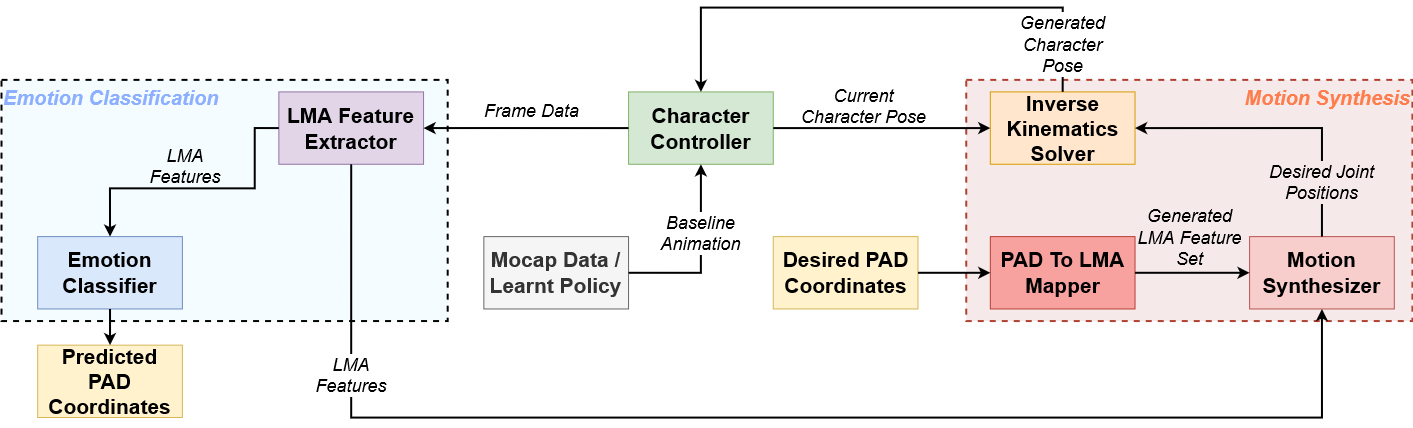
HerouFenix/emotion_identification_and_synthesis_website keeps this draw.io diagram as system_arch.png. Above is the earlier version. Source tidied: cells renumbered, new cells last; positions are measured from the earlier drawing's top-left corner, leaving out a move shared by most shapes.
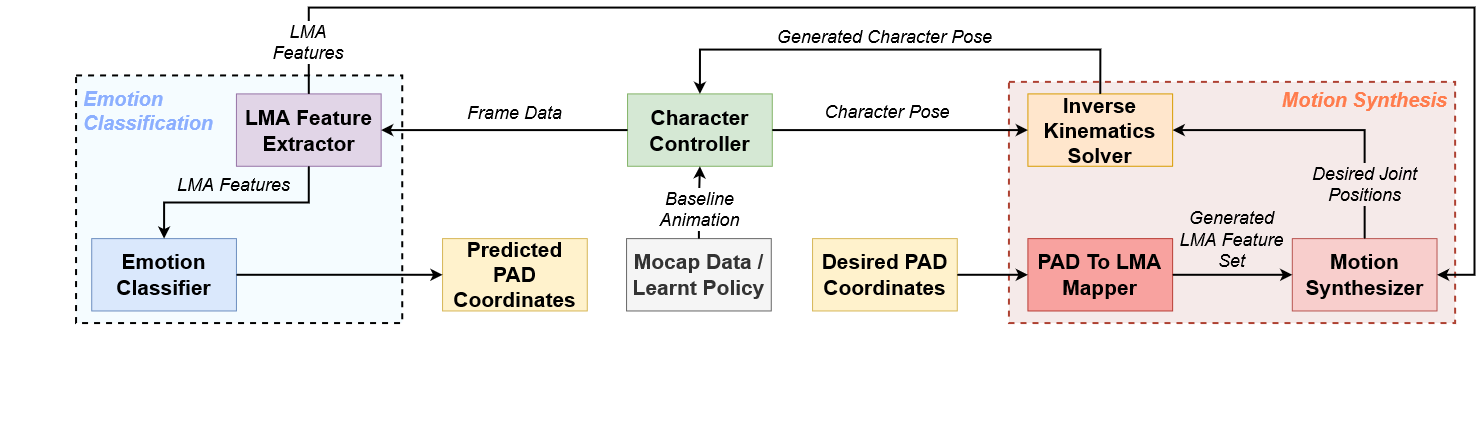
Above is the later version.

What changed in the source:
```diff
@@ -6,70 +6,46 @@
       <mxGeometry width="1410.9" height="410" as="geometry" />
     </mxCell>
     <mxCell id="3" style="rounded=0;whiteSpace=wrap;html=1;fillColor=#F5FCFF;dashed=1;strokeWidth=2;strokeColor=default;" parent="2" vertex="1">
-      <mxGeometry y="72.4" width="446.2" height="241.2" as="geometry" />
+      <mxGeometry x="75.5" y="65.9" width="326.2" height="247.7" as="geometry" />
     </mxCell>
     <mxCell id="4" style="rounded=0;whiteSpace=wrap;html=1;fillColor=#F5EAE9;dashed=1;strokeWidth=2;strokeColor=#AE4132;" parent="2" vertex="1">
-      <mxGeometry x="964.7" y="72.4" width="446.2" height="241.2" as="geometry" />
+      <mxGeometry x="1008.4" y="72.4" width="446.2" height="241.2" as="geometry" />
     </mxCell>
     <mxCell id="5" value="LMA Feature Extractor" style="rounded=0;whiteSpace=wrap;html=1;fontStyle=1;fillColor=#e1d5e7;strokeColor=#9673a6;fontSize=21;" parent="2" vertex="1">
-      <mxGeometry x="277.4" y="84.4" width="144.7" height="72.4" as="geometry" />
+      <mxGeometry x="235.9" y="84.4" width="144.7" height="72.4" as="geometry" />
     </mxCell>
     <mxCell id="6" value="Emotion Classifier" style="rounded=0;whiteSpace=wrap;html=1;fontStyle=1;fillColor=#dae8fc;strokeColor=#6c8ebf;fontSize=21;" parent="2" vertex="1">
-      <mxGeometry x="36.2" y="229.1" width="144.7" height="72.4" as="geometry" />
+      <mxGeometry x="91.2" y="229.1" width="144.7" height="72.4" as="geometry" />
     </mxCell>
     <mxCell id="7" value="Motion Synthesizer" style="rounded=0;whiteSpace=wrap;html=1;fontStyle=1;fillColor=#f8cecc;strokeColor=#b85450;fontSize=21;" parent="2" vertex="1">
-      <mxGeometry x="1248.1" y="229.1" width="144.7" height="72.4" as="geometry" />
+      <mxGeometry x="1291.8" y="229.1" width="144.7" height="72.4" as="geometry" />
     </mxCell>
     <mxCell id="8" value="Character Controller" style="rounded=0;whiteSpace=wrap;html=1;fontStyle=1;fillColor=#d5e8d4;strokeColor=#82b366;fontSize=21;" parent="2" vertex="1">
       <mxGeometry x="627.1" y="84.4" width="144.7" height="72.4" as="geometry" />
     </mxCell>
-    <mxCell id="9" value="&lt;div style=&quot;font-size: 20px;&quot;&gt;&lt;font style=&quot;font-size: 20px;&quot; color=&quot;#8CAFFF&quot;&gt;&lt;i style=&quot;font-size: 20px;&quot;&gt;Emotion Classification&lt;/i&gt;&lt;br style=&quot;font-size: 20px;&quot;&gt;&lt;/font&gt;&lt;/div&gt;" style="text;html=1;strokeColor=none;fillColor=none;align=left;verticalAlign=middle;whiteSpace=wrap;rounded=0;dashed=1;fontStyle=1;fontSize=20;" parent="2" vertex="1">
-      <mxGeometry y="72.3" width="280" height="36.2" as="geometry" />
+    <mxCell id="9" value="&lt;div style=&quot;font-size: 20px;&quot;&gt;&lt;font style=&quot;font-size: 20px;&quot; color=&quot;#8CAFFF&quot;&gt;&lt;i style=&quot;font-size: 20px;&quot;&gt;Emotion &lt;br&gt;&lt;/i&gt;&lt;/font&gt;&lt;/div&gt;&lt;div style=&quot;font-size: 20px;&quot;&gt;&lt;font style=&quot;font-size: 20px;&quot; color=&quot;#8CAFFF&quot;&gt;&lt;i style=&quot;font-size: 20px;&quot;&gt;Classification&lt;/i&gt;&lt;br style=&quot;font-size: 20px;&quot;&gt;&lt;/font&gt;&lt;/div&gt;" style="text;html=1;strokeColor=none;fillColor=none;align=left;verticalAlign=middle;whiteSpace=wrap;rounded=0;dashed=1;fontStyle=1;fontSize=20;" parent="2" vertex="1">
+      <mxGeometry x="81" y="72.3" width="131" height="57.6" as="geometry" />
     </mxCell>
     <mxCell id="10" value="&lt;div style=&quot;font-size: 20px;&quot;&gt;&lt;font style=&quot;font-size: 20px;&quot; color=&quot;#FF7C4D&quot;&gt;&lt;i style=&quot;font-size: 20px;&quot;&gt;Motion Synthesis&lt;/i&gt;&lt;/font&gt;&lt;/div&gt;" style="text;html=1;strokeColor=none;fillColor=none;align=right;verticalAlign=middle;whiteSpace=wrap;rounded=0;dashed=1;fontStyle=1;fontSize=20;" parent="2" vertex="1">
-      <mxGeometry x="1190" y="72.3" width="220.9" height="36.2" as="geometry" />
+      <mxGeometry x="1228.4" y="72.3" width="220.9" height="36.2" as="geometry" />
     </mxCell>
-    <mxCell id="11" value="Predicted PAD Coordinates" style="rounded=0;whiteSpace=wrap;html=1;fontStyle=1;fillColor=#fff2cc;strokeColor=#d6b656;fontSize=21;" parent="2" vertex="1">
-      <mxGeometry x="36.2" y="337.6" width="144.7" height="72.4" as="geometry" />
-    </mxCell>
-    <mxCell id="12" value="Desired PAD Coordinates" style="rounded=0;whiteSpace=wrap;html=1;fontStyle=1;fillColor=#fff2cc;strokeColor=#d6b656;fontSize=21;" parent="2" vertex="1">
-      <mxGeometry x="771.8" y="229.1" width="144.7" height="72.4" as="geometry" />
-    </mxCell>
-    <mxCell id="13" style="edgeStyle=orthogonalEdgeStyle;rounded=0;jumpSize=0;jettySize=auto;html=1;labelBackgroundColor=#F5FCFF;fontSize=10;fontColor=#000000;strokeWidth=2;startArrow=none;exitX=0;exitY=0.5;exitDx=0;exitDy=0;entryX=0.5;entryY=0;entryDx=0;entryDy=0;" parent="2" edge="1" source="5" target="6">
-      <mxGeometry relative="1" as="geometry">
-        <Array as="points">
-          <mxPoint x="253.2" y="120.6" />
-          <mxPoint x="253.2" y="180.9" />
-          <mxPoint x="108.5" y="180.9" />
-        </Array>
-      </mxGeometry>
-    </mxCell>
-    <mxCell id="14" value="&lt;font style=&quot;font-size: 18px;&quot;&gt;&lt;span style=&quot;background-color: rgb(245, 252, 255); font-size: 18px;&quot;&gt;&lt;i style=&quot;font-size: 18px;&quot;&gt;LMA Features&lt;/i&gt;&lt;/span&gt;&lt;/font&gt;" style="text;html=1;strokeColor=none;fillColor=none;align=center;verticalAlign=middle;whiteSpace=wrap;rounded=0;dashed=1;fontSize=18;fontColor=#000000;" parent="2" vertex="1">
-      <mxGeometry x="144.7" y="141.1" width="78.4" height="36.2" as="geometry" />
-    </mxCell>
     <mxCell id="15" value="Mocap Data / Learnt Policy" style="rounded=0;whiteSpace=wrap;html=1;fontStyle=1;fillColor=#f5f5f5;strokeColor=#666666;fontSize=21;fontColor=#333333;" parent="2" vertex="1">
-      <mxGeometry x="482.4" y="229.1" width="144.7" height="72.4" as="geometry" />
+      <mxGeometry x="626.1" y="229.1" width="144.7" height="72.4" as="geometry" />
     </mxCell>
-    <mxCell id="16" style="edgeStyle=orthogonalEdgeStyle;rounded=0;jumpSize=0;jettySize=auto;html=1;labelBackgroundColor=#F5FCFF;fontSize=10;fontColor=#000000;strokeWidth=2;startArrow=none;exitX=0.5;exitY=1;exitDx=0;exitDy=0;entryX=0.5;entryY=0;entryDx=0;entryDy=0;" parent="2" edge="1" source="6" target="11">
-      <mxGeometry relative="1" as="geometry" />
-    </mxCell>
     <mxCell id="17" value="PAD To LMA Mapper" style="rounded=0;whiteSpace=wrap;html=1;fontStyle=1;fillColor=#F8A29F;strokeColor=#B83C34;fontSize=21;" parent="2" vertex="1">
-      <mxGeometry x="988.8" y="229.1" width="144.7" height="72.4" as="geometry" />
+      <mxGeometry x="1027.4" y="229.1" width="144.7" height="72.4" as="geometry" />
     </mxCell>
-    <mxCell id="18" style="edgeStyle=orthogonalEdgeStyle;rounded=0;jumpSize=0;jettySize=auto;html=1;labelBackgroundColor=#F5FCFF;fontSize=10;fontColor=#000000;strokeWidth=2;startArrow=none;exitX=1;exitY=0.5;exitDx=0;exitDy=0;entryX=0;entryY=0.5;entryDx=0;entryDy=0;" parent="2" edge="1" source="12" target="17">
-      <mxGeometry relative="1" as="geometry" />
-    </mxCell>
     <mxCell id="19" value="&lt;div style=&quot;font-size: 18px;&quot;&gt;Generated LMA Feature Set&lt;/div&gt;" style="text;html=1;strokeColor=none;fillColor=none;align=center;verticalAlign=middle;whiteSpace=wrap;rounded=0;dashed=1;fontSize=18;fontColor=#000000;labelBackgroundColor=#f5eae9;fontStyle=2;" parent="2" vertex="1">
-      <mxGeometry x="1133.5" y="200.2" width="108.5" height="60.3" as="geometry" />
+      <mxGeometry x="1177.2" y="200.2" width="108.5" height="60.3" as="geometry" />
     </mxCell>
     <mxCell id="20" value="Inverse Kinematics Solver" style="rounded=0;whiteSpace=wrap;html=1;fontStyle=1;fillColor=#ffe6cc;strokeColor=#d79b00;fontSize=21;" parent="2" vertex="1">
-      <mxGeometry x="988.8" y="84.4" width="144.7" height="72.4" as="geometry" />
+      <mxGeometry x="1027.4" y="84.4" width="144.7" height="72.4" as="geometry" />
     </mxCell>
-    <mxCell id="21" style="edgeStyle=orthogonalEdgeStyle;rounded=0;jumpSize=0;jettySize=auto;html=1;labelBackgroundColor=#F5FCFF;fontSize=10;fontColor=#000000;strokeWidth=2;startArrow=none;exitX=1;exitY=0.5;exitDx=0;exitDy=0;entryX=0.5;entryY=1;entryDx=0;entryDy=0;" parent="2" edge="1" source="15" target="8">
+    <mxCell id="21" style="edgeStyle=orthogonalEdgeStyle;rounded=0;jumpSize=0;jettySize=auto;html=1;labelBackgroundColor=#F5FCFF;fontSize=10;fontColor=#000000;strokeWidth=2;startArrow=none;exitX=0.5;exitY=0;exitDx=0;exitDy=0;entryX=0.5;entryY=1;entryDx=0;entryDy=0;" parent="2" edge="1" source="15" target="8">
       <mxGeometry relative="1" as="geometry" />
     </mxCell>
     <mxCell id="22" value="Baseline Animation" style="text;html=1;strokeColor=none;fillColor=none;align=center;verticalAlign=middle;whiteSpace=wrap;rounded=0;dashed=1;fontSize=18;fontColor=#000000;fontStyle=2;labelBackgroundColor=default;" parent="2" vertex="1">
-      <mxGeometry x="645.1" y="207.4" width="108.5" height="36.2" as="geometry" />
+      <mxGeometry x="645.1" y="181.9" width="108.5" height="36.2" as="geometry" />
     </mxCell>
     <mxCell id="23" style="edgeStyle=orthogonalEdgeStyle;rounded=0;jumpSize=0;jettySize=auto;html=1;labelBackgroundColor=#F5FCFF;fontSize=10;fontColor=#000000;strokeWidth=2;startArrow=none;exitX=0;exitY=0.5;exitDx=0;exitDy=0;entryX=1;entryY=0.5;entryDx=0;entryDy=0;" parent="2" edge="1" source="8" target="5">
       <mxGeometry relative="1" as="geometry">
@@ -80,7 +56,7 @@
       </mxGeometry>
     </mxCell>
     <mxCell id="24" value="&lt;font style=&quot;font-size: 18px;&quot;&gt;&lt;span style=&quot;font-size: 18px;&quot;&gt;&lt;i style=&quot;font-size: 18px;&quot;&gt;Frame Data&lt;br style=&quot;font-size: 18px;&quot;&gt;&lt;/i&gt;&lt;/span&gt;&lt;/font&gt;" style="text;html=1;strokeColor=none;fillColor=none;align=center;verticalAlign=middle;whiteSpace=wrap;rounded=0;dashed=1;fontSize=18;fontColor=#000000;labelBackgroundColor=#FFFFFF;" parent="2" vertex="1">
-      <mxGeometry x="470.3" y="84.4" width="120.6" height="36.2" as="geometry" />
+      <mxGeometry x="454.1" y="84.4" width="120.6" height="36.2" as="geometry" />
     </mxCell>
     <mxCell id="25" style="edgeStyle=orthogonalEdgeStyle;rounded=0;jumpSize=0;jettySize=auto;html=1;labelBackgroundColor=#F5FCFF;fontSize=10;fontColor=#000000;strokeWidth=2;startArrow=none;exitX=1;exitY=0.5;exitDx=0;exitDy=0;entryX=0;entryY=0.5;entryDx=0;entryDy=0;" parent="2" edge="1" source="17" target="7">
       <mxGeometry relative="1" as="geometry" />
@@ -89,18 +65,10 @@
       <mxGeometry relative="1" as="geometry" />
     </mxCell>
     <mxCell id="27" value="Desired Joint Positions" style="text;html=1;strokeColor=none;fillColor=none;align=center;verticalAlign=middle;whiteSpace=wrap;rounded=0;dashed=1;fontSize=18;fontColor=#000000;labelBackgroundColor=#f5eae9;fontStyle=2;" parent="2" vertex="1">
-      <mxGeometry x="1248.1" y="156.8" width="144.7" height="36.2" as="geometry" />
+      <mxGeometry x="1291.8" y="156.8" width="144.7" height="36.2" as="geometry" />
     </mxCell>
-    <mxCell id="28" style="edgeStyle=orthogonalEdgeStyle;rounded=0;jumpSize=0;jettySize=auto;html=1;labelBackgroundColor=#F5FCFF;fontSize=10;fontColor=#000000;strokeWidth=2;startArrow=none;exitX=0.5;exitY=1;exitDx=0;exitDy=0;entryX=0.5;entryY=1;entryDx=0;entryDy=0;" parent="2" edge="1" source="5" target="7">
-      <mxGeometry relative="1" as="geometry">
-        <Array as="points">
-          <mxPoint x="349.7" y="410" />
-          <mxPoint x="1320.4" y="410" />
-        </Array>
-      </mxGeometry>
-    </mxCell>
-    <mxCell id="29" value="Current Character Pose" style="text;html=1;strokeColor=none;fillColor=none;align=center;verticalAlign=middle;whiteSpace=wrap;rounded=0;dashed=1;fontSize=18;fontColor=#000000;labelBackgroundColor=default;fontStyle=2;" parent="2" vertex="1">
-      <mxGeometry x="790" y="80.8" width="144.6" height="36.2" as="geometry" />
+    <mxCell id="29" value="&lt;div&gt;&amp;nbsp;Character Pose&lt;/div&gt;" style="text;html=1;strokeColor=none;fillColor=none;align=center;verticalAlign=middle;whiteSpace=wrap;rounded=0;dashed=1;fontSize=18;fontColor=#000000;labelBackgroundColor=default;fontStyle=2;" parent="2" vertex="1">
+      <mxGeometry x="793.8" y="83.4" width="181.2" height="36.2" as="geometry" />
     </mxCell>
     <mxCell id="30" style="edgeStyle=orthogonalEdgeStyle;rounded=0;jumpSize=0;jettySize=auto;html=1;labelBackgroundColor=#F5FCFF;fontSize=10;fontColor=#000000;strokeWidth=2;startArrow=none;exitX=1;exitY=0.5;exitDx=0;exitDy=0;entryX=0;entryY=0.5;entryDx=0;entryDy=0;" parent="2" edge="1" source="8" target="20">
       <mxGeometry relative="1" as="geometry" />
@@ -108,16 +76,53 @@
     <mxCell id="31" style="edgeStyle=orthogonalEdgeStyle;rounded=0;jumpSize=0;jettySize=auto;html=1;labelBackgroundColor=#F5FCFF;fontSize=10;fontColor=#000000;strokeWidth=2;startArrow=none;exitX=0.5;exitY=0;exitDx=0;exitDy=0;entryX=0.5;entryY=0;entryDx=0;entryDy=0;" parent="2" edge="1" source="20" target="8">
       <mxGeometry relative="1" as="geometry">
         <Array as="points">
-          <mxPoint x="1061.2" />
-          <mxPoint x="699.4" />
+          <mxPoint x="1100" y="40" />
+          <mxPoint x="699" y="40" />
         </Array>
       </mxGeometry>
     </mxCell>
     <mxCell id="32" value="Generated Character Pose" style="text;html=1;strokeColor=none;fillColor=none;align=center;verticalAlign=middle;whiteSpace=wrap;rounded=0;dashed=1;fontSize=18;fontColor=#000000;labelBackgroundColor=default;fontStyle=2;" parent="2" vertex="1">
-      <mxGeometry x="1000.9" y="10" width="120.6" height="54.3" as="geometry" />
+      <mxGeometry x="744.9" width="279.1" height="54.3" as="geometry" />
     </mxCell>
+    <mxCell id="13" style="edgeStyle=orthogonalEdgeStyle;rounded=0;jumpSize=0;jettySize=auto;html=1;labelBackgroundColor=#F5FCFF;fontSize=10;fontColor=#000000;strokeWidth=2;startArrow=none;exitX=0.5;exitY=1;exitDx=0;exitDy=0;entryX=0.5;entryY=0;entryDx=0;entryDy=0;" parent="2" edge="1" source="5" target="6">
+      <mxGeometry relative="1" as="geometry" />
+    </mxCell>
+    <mxCell id="28" style="edgeStyle=orthogonalEdgeStyle;rounded=0;jumpSize=0;jettySize=auto;html=1;labelBackgroundColor=#F5FCFF;fontSize=10;fontColor=#000000;strokeWidth=2;startArrow=none;exitX=0.5;exitY=0;exitDx=0;exitDy=0;entryX=1;entryY=0.5;entryDx=0;entryDy=0;" parent="2" edge="1" source="5" target="7">
+      <mxGeometry relative="1" as="geometry">
+        <Array as="points">
+          <mxPoint x="308" y="-2" />
+          <mxPoint x="1474" y="-2" />
+          <mxPoint x="1474" y="265" />
+        </Array>
+      </mxGeometry>
+    </mxCell>
     <mxCell id="33" value="&lt;font style=&quot;font-size: 18px;&quot;&gt;&lt;span style=&quot;font-size: 18px;&quot;&gt;&lt;i style=&quot;font-size: 18px;&quot;&gt;LMA Features&lt;/i&gt;&lt;/span&gt;&lt;/font&gt;" style="text;html=1;strokeColor=none;fillColor=none;align=center;verticalAlign=middle;whiteSpace=wrap;rounded=0;dashed=1;fontSize=18;fontColor=#000000;labelBackgroundColor=default;" parent="2" vertex="1">
-      <mxGeometry x="310.5" y="349.7" width="78.4" height="36.2" as="geometry" />
+      <mxGeometry x="269.1" y="15.2" width="78.4" height="36.2" as="geometry" />
     </mxCell>
+    <mxCell id="14" value="&lt;font style=&quot;font-size: 18px;&quot;&gt;&lt;span style=&quot;background-color: rgb(245, 252, 255); font-size: 18px;&quot;&gt;&lt;i style=&quot;font-size: 18px;&quot;&gt;LMA Features&lt;/i&gt;&lt;/span&gt;&lt;/font&gt;" style="text;html=1;strokeColor=none;fillColor=none;align=center;verticalAlign=middle;whiteSpace=wrap;rounded=0;dashed=1;fontSize=18;fontColor=#000000;" parent="2" vertex="1">
+      <mxGeometry x="168" y="156.8" width="131.3" height="36.2" as="geometry" />
+    </mxCell>
+    <mxCell id="11" value="Predicted PAD Coordinates" style="rounded=0;whiteSpace=wrap;html=1;fontStyle=1;fillColor=#fff2cc;strokeColor=#d6b656;fontSize=21;" parent="2" vertex="1">
+      <mxGeometry x="442.1" y="229.1" width="144.7" height="72.4" as="geometry" />
+    </mxCell>
+    <mxCell id="12" value="Desired PAD Coordinates" style="rounded=0;whiteSpace=wrap;html=1;fontStyle=1;fillColor=#fff2cc;strokeColor=#d6b656;fontSize=21;" parent="2" vertex="1">
+      <mxGeometry x="812.1" y="229.1" width="144.7" height="72.4" as="geometry" />
+    </mxCell>
+    <mxCell id="16" style="edgeStyle=orthogonalEdgeStyle;rounded=0;jumpSize=0;jettySize=auto;html=1;labelBackgroundColor=#F5FCFF;fontSize=10;fontColor=#000000;strokeWidth=2;startArrow=none;exitX=1;exitY=0.5;exitDx=0;exitDy=0;entryX=0;entryY=0.5;entryDx=0;entryDy=0;" parent="2" edge="1" source="6" target="11">
+      <mxGeometry relative="1" as="geometry">
+        <Array as="points">
+          <mxPoint x="374" y="265" />
+          <mxPoint x="374" y="265" />
+        </Array>
+      </mxGeometry>
+    </mxCell>
+    <mxCell id="18" style="edgeStyle=orthogonalEdgeStyle;rounded=0;jumpSize=0;jettySize=auto;html=1;labelBackgroundColor=#F5FCFF;fontSize=10;fontColor=#000000;strokeWidth=2;startArrow=none;exitX=1;exitY=0.5;exitDx=0;exitDy=0;entryX=0;entryY=0.5;entryDx=0;entryDy=0;" parent="2" edge="1" source="12" target="17">
+      <mxGeometry relative="1" as="geometry">
+        <Array as="points">
+          <mxPoint x="984" y="265" />
+          <mxPoint x="984" y="265" />
+        </Array>
+      </mxGeometry>
+    </mxCell>
   </root>
 </mxGraphModel>
```
